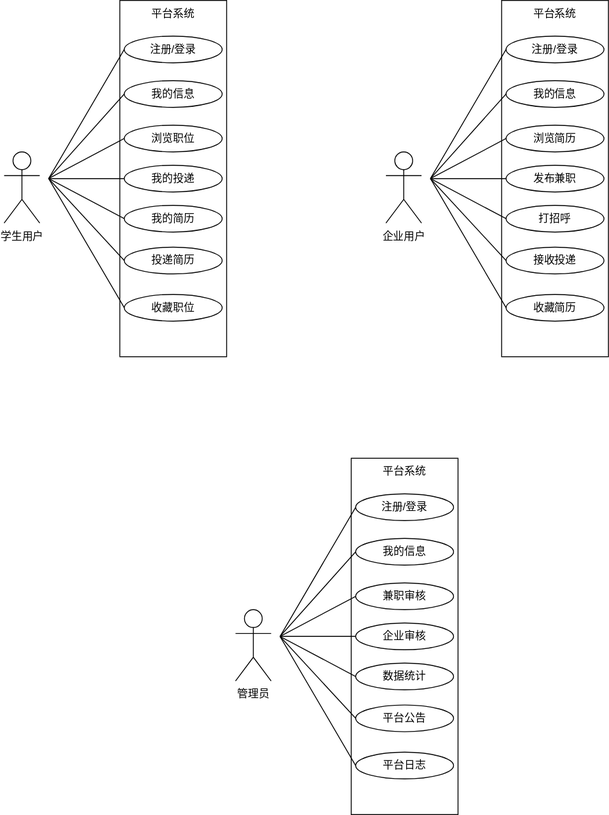
Above: paper.drawio.svg in fubd/paper-image (draw.io), before the change. Source tidied: cells renumbered, new cells last; positions are measured from the earlier drawing's top-left corner, leaving out a move shared by most shapes.
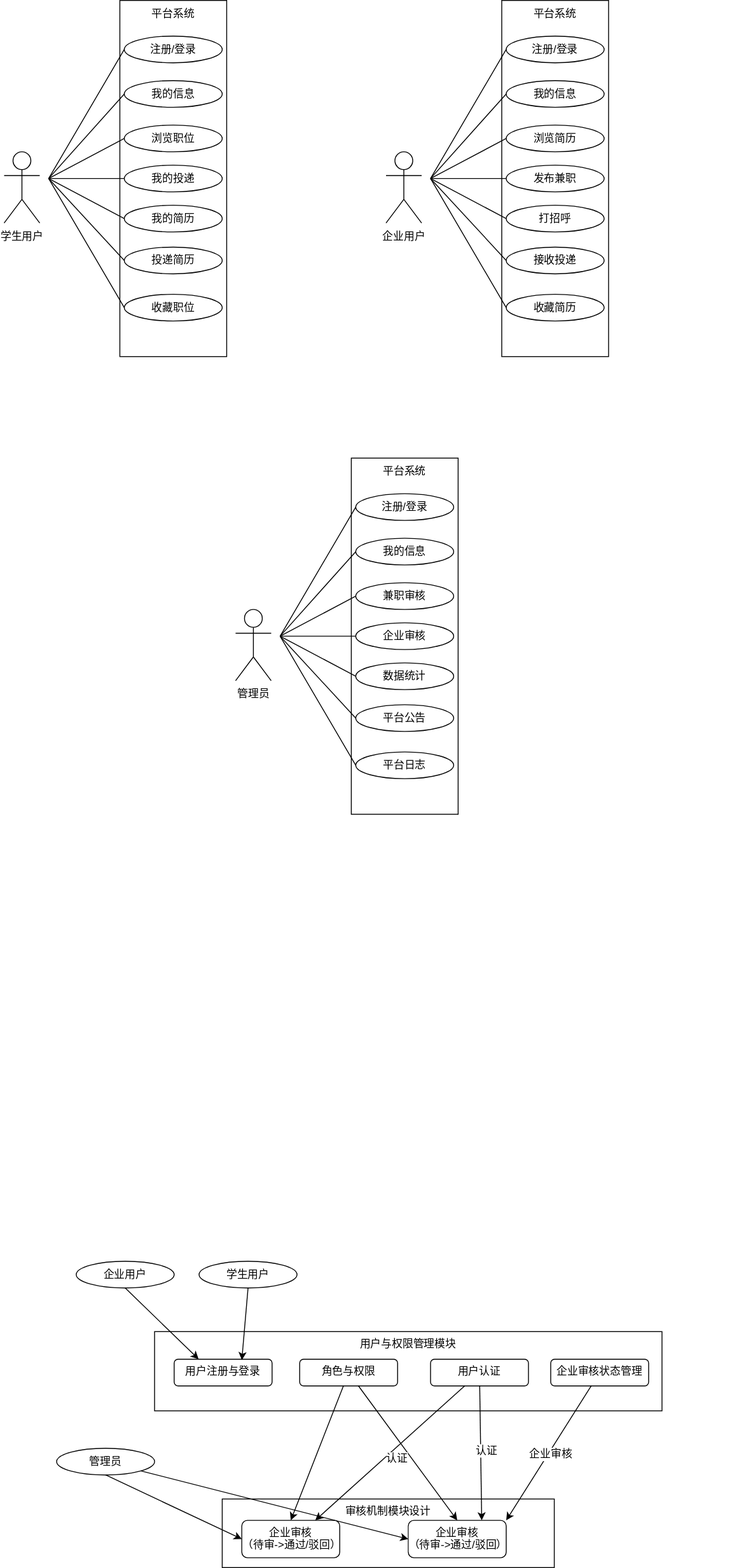
Above is the later version.

What changed in the source:
```diff
@@ -71,7 +71,7 @@
       </mxGeometry>
     </mxCell>
     <mxCell id="19" style="group;" parent="1" vertex="1">
-      <mxGeometry x="429" width="250" height="400" as="geometry" />
+      <mxGeometry x="429" width="388" height="447" as="geometry" />
     </mxCell>
     <mxCell id="20" value="&lt;span style=&quot;font-size: 12px;&quot;&gt;企业用户&lt;/span&gt;" style="shape=umlActor;verticalLabelPosition=bottom;verticalAlign=top;html=1;fontSize=13;" parent="19" vertex="1">
       <mxGeometry y="170" width="40" height="80" as="geometry" />
@@ -212,5 +212,77 @@
         <mxPoint x="50" y="200" as="sourcePoint" />
       </mxGeometry>
     </mxCell>
+    <mxCell id="55" value="企业用户" style="ellipse;whiteSpace=wrap;html=1;" parent="1" vertex="1">
+      <mxGeometry x="81" y="1416" width="110" height="30" as="geometry" />
+    </mxCell>
+    <mxCell id="56" value="学生用户" style="ellipse;whiteSpace=wrap;html=1;" parent="1" vertex="1">
+      <mxGeometry x="219" y="1416" width="110" height="30" as="geometry" />
+    </mxCell>
+    <mxCell id="57" value="用户与权限管理模块" style="rounded=0;whiteSpace=wrap;html=1;strokeColor=default;align=center;verticalAlign=top;fontFamily=Helvetica;fontSize=12;fontColor=default;labelBackgroundColor=default;fillColor=default;" parent="1" vertex="1">
+      <mxGeometry x="169" y="1495" width="570" height="89" as="geometry" />
+    </mxCell>
+    <mxCell id="58" value="用户注册与登录" style="rounded=1;whiteSpace=wrap;html=1;strokeColor=default;align=center;verticalAlign=top;fontFamily=Helvetica;fontSize=12;fontColor=default;labelBackgroundColor=default;fillColor=default;" parent="1" vertex="1">
+      <mxGeometry x="191" y="1526" width="110" height="30" as="geometry" />
+    </mxCell>
+    <mxCell id="59" style="endArrow=classic;html=1;rounded=0;fontFamily=Helvetica;fontSize=12;fontColor=default;labelBackgroundColor=default;entryX=0.25;entryY=0;entryDx=0;entryDy=0;exitX=0.5;exitY=1;exitDx=0;exitDy=0;" parent="1" edge="1" source="55" target="58">
+      <mxGeometry relative="1" as="geometry" />
+    </mxCell>
+    <mxCell id="60" style="endArrow=classic;html=1;rounded=0;fontFamily=Helvetica;fontSize=12;fontColor=default;labelBackgroundColor=default;exitX=0.5;exitY=1;exitDx=0;exitDy=0;entryX=0.691;entryY=0.033;entryDx=0;entryDy=0;entryPerimeter=0;" parent="1" edge="1" source="56" target="58">
+      <mxGeometry relative="1" as="geometry" />
+    </mxCell>
+    <mxCell id="61" value="角色与权限" style="rounded=1;whiteSpace=wrap;html=1;strokeColor=default;align=center;verticalAlign=top;fontFamily=Helvetica;fontSize=12;fontColor=default;labelBackgroundColor=default;fillColor=default;" parent="1" vertex="1">
+      <mxGeometry x="332" y="1526" width="110" height="30" as="geometry" />
+    </mxCell>
+    <mxCell id="62" value="用户认证" style="rounded=1;whiteSpace=wrap;html=1;strokeColor=default;align=center;verticalAlign=top;fontFamily=Helvetica;fontSize=12;fontColor=default;labelBackgroundColor=default;fillColor=default;" parent="1" vertex="1">
+      <mxGeometry x="479" y="1526" width="110" height="30" as="geometry" />
+    </mxCell>
+    <mxCell id="63" value="企业审核状态管理" style="rounded=1;whiteSpace=wrap;html=1;strokeColor=default;align=center;verticalAlign=top;fontFamily=Helvetica;fontSize=12;fontColor=default;labelBackgroundColor=default;fillColor=default;" parent="1" vertex="1">
+      <mxGeometry x="614" y="1526" width="110" height="30" as="geometry" />
+    </mxCell>
+    <mxCell id="64" value="管理员" style="ellipse;whiteSpace=wrap;html=1;" parent="1" vertex="1">
+      <mxGeometry x="59" y="1626" width="110" height="30" as="geometry" />
+    </mxCell>
+    <mxCell id="65" style="group;" parent="1" vertex="1">
+      <mxGeometry x="245" y="1683" width="373" height="77" as="geometry" />
+    </mxCell>
+    <mxCell id="66" value="审核机制模块设计" style="rounded=0;whiteSpace=wrap;html=1;strokeColor=default;align=center;verticalAlign=top;fontFamily=Helvetica;fontSize=12;fontColor=default;labelBackgroundColor=default;fillColor=default;" parent="65" vertex="1">
+      <mxGeometry width="373" height="77" as="geometry" />
+    </mxCell>
+    <mxCell id="67" value="企业审核&lt;div&gt;（待审-&amp;gt;通过/驳回）&lt;/div&gt;" style="rounded=1;whiteSpace=wrap;html=1;strokeColor=default;align=center;verticalAlign=top;fontFamily=Helvetica;fontSize=12;fontColor=default;labelBackgroundColor=default;fillColor=default;" parent="65" vertex="1">
+      <mxGeometry x="22" y="24" width="110" height="42" as="geometry" />
+    </mxCell>
+    <mxCell id="68" value="企业审核&lt;div&gt;（待审-&amp;gt;通过/驳回）&lt;/div&gt;" style="rounded=1;whiteSpace=wrap;html=1;strokeColor=default;align=center;verticalAlign=top;fontFamily=Helvetica;fontSize=12;fontColor=default;labelBackgroundColor=default;fillColor=default;" parent="65" vertex="1">
+      <mxGeometry x="209" y="24" width="110" height="42" as="geometry" />
+    </mxCell>
+    <mxCell id="69" style="endArrow=classic;html=1;rounded=0;fontFamily=Helvetica;fontSize=12;fontColor=default;labelBackgroundColor=default;exitX=0.5;exitY=1;exitDx=0;exitDy=0;entryX=0;entryY=0.5;entryDx=0;entryDy=0;" parent="1" edge="1" source="64" target="67">
+      <mxGeometry relative="1" as="geometry" />
+    </mxCell>
+    <mxCell id="70" style="edgeStyle=none;rounded=0;jettySize=auto;html=1;exitX=1;exitY=1;exitDx=0;exitDy=0;entryX=0;entryY=0.5;entryDx=0;entryDy=0;fontFamily=Helvetica;fontSize=12;fontColor=default;labelBackgroundColor=default;" parent="1" edge="1" source="64" target="68">
+      <mxGeometry relative="1" as="geometry" />
+    </mxCell>
+    <mxCell id="71" style="edgeStyle=none;rounded=0;jettySize=auto;html=1;entryX=0.5;entryY=0;entryDx=0;entryDy=0;fontFamily=Helvetica;fontSize=12;fontColor=default;labelBackgroundColor=default;" parent="1" edge="1" source="61" target="67">
+      <mxGeometry relative="1" as="geometry" />
+    </mxCell>
+    <mxCell id="72" style="edgeStyle=none;rounded=0;jettySize=auto;html=1;entryX=0.5;entryY=0;entryDx=0;entryDy=0;fontFamily=Helvetica;fontSize=12;fontColor=default;labelBackgroundColor=default;" parent="1" edge="1" source="61" target="68">
+      <mxGeometry relative="1" as="geometry" />
+    </mxCell>
+    <mxCell id="73" style="edgeStyle=none;rounded=0;jettySize=auto;html=1;entryX=0.75;entryY=0;entryDx=0;entryDy=0;fontFamily=Helvetica;fontSize=12;fontColor=default;labelBackgroundColor=default;" parent="1" edge="1" source="62" target="68">
+      <mxGeometry relative="1" as="geometry" />
+    </mxCell>
+    <mxCell id="74" value="认证" style="edgeLabel;html=1;align=center;verticalAlign=middle;strokeColor=default;fontFamily=Helvetica;fontSize=12;fontColor=default;labelBackgroundColor=default;fillColor=default;" parent="73" vertex="1">
+      <mxGeometry x="-0.05" y="5" relative="1" as="geometry" />
+    </mxCell>
+    <mxCell id="75" style="edgeStyle=none;rounded=0;jettySize=auto;html=1;entryX=0.75;entryY=0;entryDx=0;entryDy=0;fontFamily=Helvetica;fontSize=12;fontColor=default;labelBackgroundColor=default;" parent="1" edge="1" source="62" target="67">
+      <mxGeometry relative="1" as="geometry" />
+    </mxCell>
+    <mxCell id="76" value="认证" style="edgeLabel;html=1;align=center;verticalAlign=middle;strokeColor=default;fontFamily=Helvetica;fontSize=12;fontColor=default;labelBackgroundColor=default;fillColor=default;" parent="75" vertex="1">
+      <mxGeometry x="-0.02" y="8" relative="1" as="geometry" />
+    </mxCell>
+    <mxCell id="77" style="edgeStyle=none;rounded=0;jettySize=auto;html=1;entryX=1;entryY=0;entryDx=0;entryDy=0;fontFamily=Helvetica;fontSize=12;fontColor=default;labelBackgroundColor=default;" parent="1" edge="1" source="63" target="68">
+      <mxGeometry relative="1" as="geometry" />
+    </mxCell>
+    <mxCell id="78" value="企业审核" style="edgeLabel;html=1;align=center;verticalAlign=middle;strokeColor=default;fontFamily=Helvetica;fontSize=12;fontColor=default;labelBackgroundColor=default;fillColor=default;" parent="77" vertex="1">
+      <mxGeometry x="-0.01" y="1" relative="1" as="geometry" />
+    </mxCell>
   </root>
 </mxGraphModel>
```
